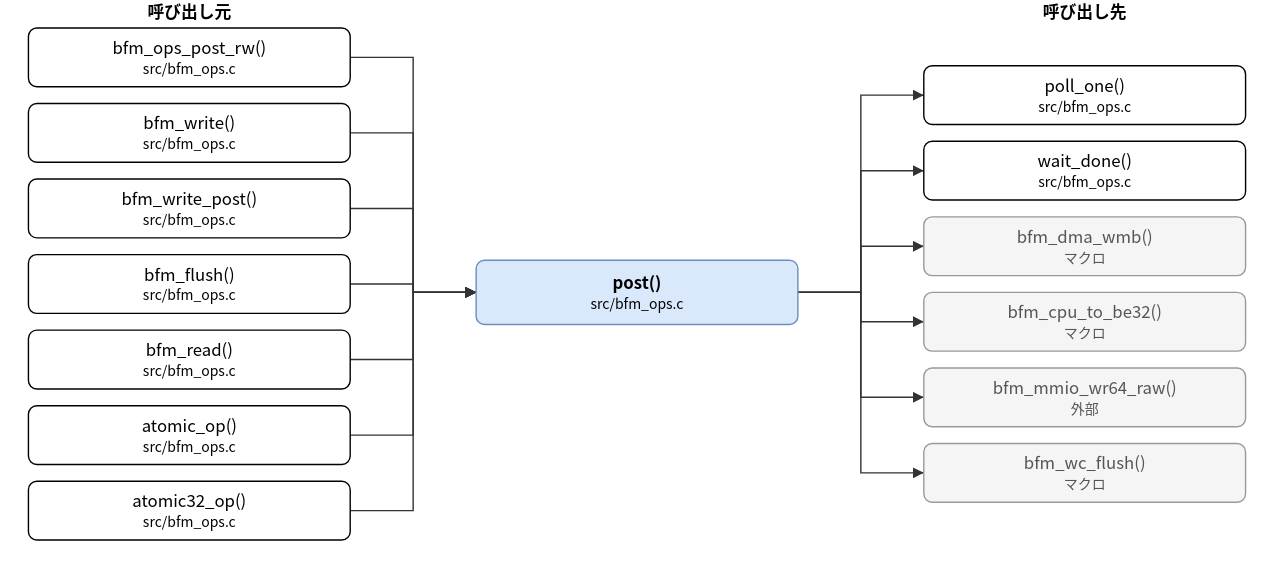
Above: doc/spec/images/call_src_bfm_ops-post.drawio.svg in hf355051012-ai/bfmem (draw.io), before the change. Source tidied: cells renumbered, new cells last; positions are measured from the earlier drawing's top-left corner, leaving out a move shared by most shapes.
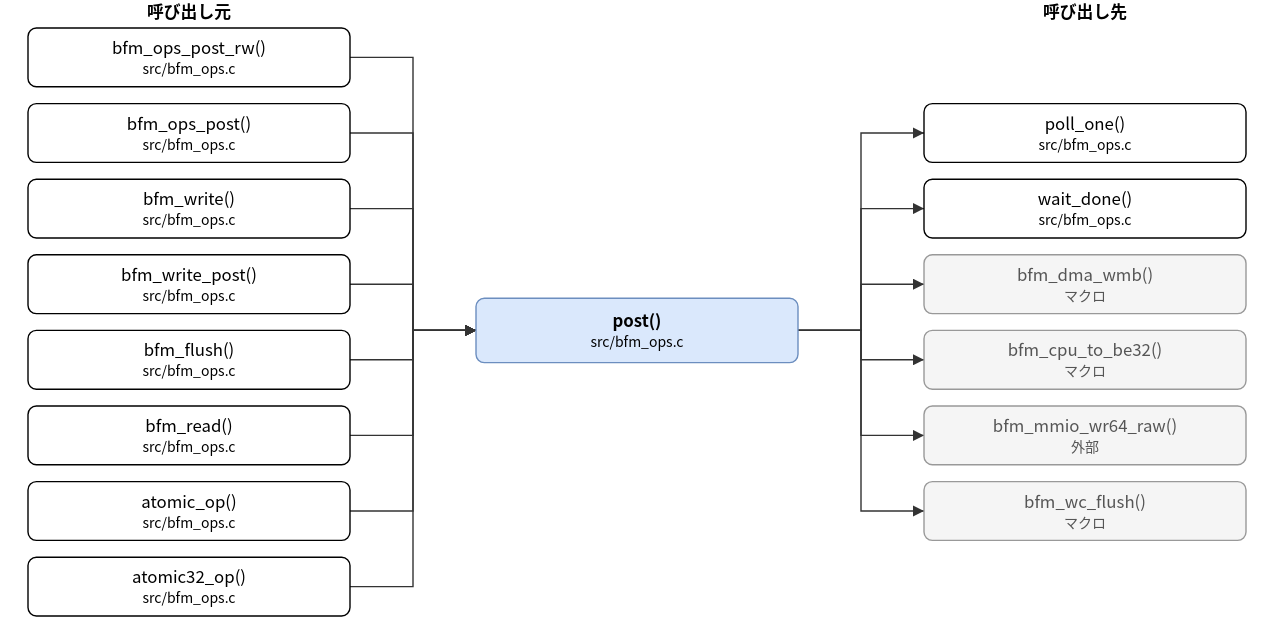
The same file after the commit.

The edit, as a diff of the source:
```diff
@@ -3,52 +3,55 @@
     <mxCell id="0" />
     <mxCell id="1" parent="0" />
     <mxCell id="2" value="post()&lt;br&gt;&lt;font style=&quot;font-size:10px&quot;&gt;src/bfm_ops.c&lt;/font&gt;" style="rounded=1;whiteSpace=wrap;html=1;fillColor=#dae8fc;strokeColor=#6c8ebf;fontStyle=1;" parent="1" vertex="1">
-      <mxGeometry x="320" y="186" width="230" height="46" as="geometry" />
+      <mxGeometry x="320" y="213" width="230" height="46" as="geometry" />
     </mxCell>
     <mxCell id="3" value="bfm_ops_post_rw()&lt;br&gt;&lt;font style=&quot;font-size:10px&quot;&gt;src/bfm_ops.c&lt;/font&gt;" style="rounded=1;whiteSpace=wrap;html=1;" parent="1" vertex="1">
       <mxGeometry y="20" width="230" height="42" as="geometry" />
     </mxCell>
-    <mxCell id="4" value="bfm_write()&lt;br&gt;&lt;font style=&quot;font-size:10px&quot;&gt;src/bfm_ops.c&lt;/font&gt;" style="rounded=1;whiteSpace=wrap;html=1;" parent="1" vertex="1">
+    <mxCell id="4" value="bfm_ops_post()&lt;br&gt;&lt;font style=&quot;font-size:10px&quot;&gt;src/bfm_ops.c&lt;/font&gt;" style="rounded=1;whiteSpace=wrap;html=1;" parent="1" vertex="1">
       <mxGeometry y="74" width="230" height="42" as="geometry" />
     </mxCell>
-    <mxCell id="5" value="bfm_write_post()&lt;br&gt;&lt;font style=&quot;font-size:10px&quot;&gt;src/bfm_ops.c&lt;/font&gt;" style="rounded=1;whiteSpace=wrap;html=1;" parent="1" vertex="1">
+    <mxCell id="5" value="bfm_write()&lt;br&gt;&lt;font style=&quot;font-size:10px&quot;&gt;src/bfm_ops.c&lt;/font&gt;" style="rounded=1;whiteSpace=wrap;html=1;" parent="1" vertex="1">
       <mxGeometry y="128" width="230" height="42" as="geometry" />
     </mxCell>
-    <mxCell id="6" value="bfm_flush()&lt;br&gt;&lt;font style=&quot;font-size:10px&quot;&gt;src/bfm_ops.c&lt;/font&gt;" style="rounded=1;whiteSpace=wrap;html=1;" parent="1" vertex="1">
+    <mxCell id="6" value="bfm_write_post()&lt;br&gt;&lt;font style=&quot;font-size:10px&quot;&gt;src/bfm_ops.c&lt;/font&gt;" style="rounded=1;whiteSpace=wrap;html=1;" parent="1" vertex="1">
       <mxGeometry y="182" width="230" height="42" as="geometry" />
     </mxCell>
-    <mxCell id="7" value="bfm_read()&lt;br&gt;&lt;font style=&quot;font-size:10px&quot;&gt;src/bfm_ops.c&lt;/font&gt;" style="rounded=1;whiteSpace=wrap;html=1;" parent="1" vertex="1">
+    <mxCell id="7" value="bfm_flush()&lt;br&gt;&lt;font style=&quot;font-size:10px&quot;&gt;src/bfm_ops.c&lt;/font&gt;" style="rounded=1;whiteSpace=wrap;html=1;" parent="1" vertex="1">
       <mxGeometry y="236" width="230" height="42" as="geometry" />
     </mxCell>
-    <mxCell id="8" value="atomic_op()&lt;br&gt;&lt;font style=&quot;font-size:10px&quot;&gt;src/bfm_ops.c&lt;/font&gt;" style="rounded=1;whiteSpace=wrap;html=1;" parent="1" vertex="1">
+    <mxCell id="8" value="bfm_read()&lt;br&gt;&lt;font style=&quot;font-size:10px&quot;&gt;src/bfm_ops.c&lt;/font&gt;" style="rounded=1;whiteSpace=wrap;html=1;" parent="1" vertex="1">
       <mxGeometry y="290" width="230" height="42" as="geometry" />
     </mxCell>
-    <mxCell id="9" value="atomic32_op()&lt;br&gt;&lt;font style=&quot;font-size:10px&quot;&gt;src/bfm_ops.c&lt;/font&gt;" style="rounded=1;whiteSpace=wrap;html=1;" parent="1" vertex="1">
+    <mxCell id="9" value="atomic_op()&lt;br&gt;&lt;font style=&quot;font-size:10px&quot;&gt;src/bfm_ops.c&lt;/font&gt;" style="rounded=1;whiteSpace=wrap;html=1;" parent="1" vertex="1">
       <mxGeometry y="344" width="230" height="42" as="geometry" />
     </mxCell>
+    <mxCell id="31" value="atomic32_op()&lt;br&gt;&lt;font style=&quot;font-size:10px&quot;&gt;src/bfm_ops.c&lt;/font&gt;" style="rounded=1;whiteSpace=wrap;html=1;" parent="1" vertex="1">
+      <mxGeometry y="398" width="230" height="42" as="geometry" />
+    </mxCell>
     <mxCell id="10" value="poll_one()&lt;br&gt;&lt;font style=&quot;font-size:10px&quot;&gt;src/bfm_ops.c&lt;/font&gt;" style="rounded=1;whiteSpace=wrap;html=1;" parent="1" vertex="1">
-      <mxGeometry x="640" y="47" width="230" height="42" as="geometry" />
+      <mxGeometry x="640" y="74" width="230" height="42" as="geometry" />
     </mxCell>
     <mxCell id="11" value="wait_done()&lt;br&gt;&lt;font style=&quot;font-size:10px&quot;&gt;src/bfm_ops.c&lt;/font&gt;" style="rounded=1;whiteSpace=wrap;html=1;" parent="1" vertex="1">
-      <mxGeometry x="640" y="101" width="230" height="42" as="geometry" />
+      <mxGeometry x="640" y="128" width="230" height="42" as="geometry" />
     </mxCell>
     <mxCell id="12" value="bfm_dma_wmb()&lt;br&gt;&lt;font style=&quot;font-size:10px&quot;&gt;マクロ&lt;/font&gt;" style="rounded=1;whiteSpace=wrap;html=1;fillColor=#f5f5f5;strokeColor=#999999;fontColor=#555555;" parent="1" vertex="1">
-      <mxGeometry x="640" y="155" width="230" height="42" as="geometry" />
+      <mxGeometry x="640" y="182" width="230" height="42" as="geometry" />
     </mxCell>
     <mxCell id="13" value="bfm_cpu_to_be32()&lt;br&gt;&lt;font style=&quot;font-size:10px&quot;&gt;マクロ&lt;/font&gt;" style="rounded=1;whiteSpace=wrap;html=1;fillColor=#f5f5f5;strokeColor=#999999;fontColor=#555555;" parent="1" vertex="1">
-      <mxGeometry x="640" y="209" width="230" height="42" as="geometry" />
+      <mxGeometry x="640" y="236" width="230" height="42" as="geometry" />
     </mxCell>
     <mxCell id="14" value="bfm_mmio_wr64_raw()&lt;br&gt;&lt;font style=&quot;font-size:10px&quot;&gt;外部&lt;/font&gt;" style="rounded=1;whiteSpace=wrap;html=1;fillColor=#f5f5f5;strokeColor=#999999;fontColor=#555555;" parent="1" vertex="1">
-      <mxGeometry x="640" y="263" width="230" height="42" as="geometry" />
+      <mxGeometry x="640" y="290" width="230" height="42" as="geometry" />
     </mxCell>
     <mxCell id="15" value="bfm_wc_flush()&lt;br&gt;&lt;font style=&quot;font-size:10px&quot;&gt;マクロ&lt;/font&gt;" style="rounded=1;whiteSpace=wrap;html=1;fillColor=#f5f5f5;strokeColor=#999999;fontColor=#555555;" parent="1" vertex="1">
-      <mxGeometry x="640" y="317" width="230" height="42" as="geometry" />
+      <mxGeometry x="640" y="344" width="230" height="42" as="geometry" />
     </mxCell>
     <mxCell id="16" style="edgeStyle=none;html=1;rounded=0;endArrow=block;endFill=1;exitX=1.0000;exitY=0.5000;exitDx=0;exitDy=0;exitPerimeter=0;entryX=0.0000;entryY=0.5000;entryDx=0;entryDy=0;entryPerimeter=0;" parent="1" edge="1" source="3" target="2">
       <mxGeometry relative="1" as="geometry">
         <Array as="points">
           <mxPoint x="275" y="41" />
-          <mxPoint x="275" y="209" />
+          <mxPoint x="275" y="236" />
         </Array>
       </mxGeometry>
     </mxCell>
@@ -56,7 +59,7 @@
       <mxGeometry relative="1" as="geometry">
         <Array as="points">
           <mxPoint x="275" y="95" />
-          <mxPoint x="275" y="209" />
+          <mxPoint x="275" y="236" />
         </Array>
       </mxGeometry>
     </mxCell>
@@ -64,7 +67,7 @@
       <mxGeometry relative="1" as="geometry">
         <Array as="points">
           <mxPoint x="275" y="149" />
-          <mxPoint x="275" y="209" />
+          <mxPoint x="275" y="236" />
         </Array>
       </mxGeometry>
     </mxCell>
@@ -72,7 +75,7 @@
       <mxGeometry relative="1" as="geometry">
         <Array as="points">
           <mxPoint x="275" y="203" />
-          <mxPoint x="275" y="209" />
+          <mxPoint x="275" y="236" />
         </Array>
       </mxGeometry>
     </mxCell>
@@ -80,7 +83,7 @@
       <mxGeometry relative="1" as="geometry">
         <Array as="points">
           <mxPoint x="275" y="257" />
-          <mxPoint x="275" y="209" />
+          <mxPoint x="275" y="236" />
         </Array>
       </mxGeometry>
     </mxCell>
@@ -88,7 +91,7 @@
       <mxGeometry relative="1" as="geometry">
         <Array as="points">
           <mxPoint x="275" y="311" />
-          <mxPoint x="275" y="209" />
+          <mxPoint x="275" y="236" />
         </Array>
       </mxGeometry>
     </mxCell>
@@ -96,58 +99,66 @@
       <mxGeometry relative="1" as="geometry">
         <Array as="points">
           <mxPoint x="275" y="365" />
-          <mxPoint x="275" y="209" />
+          <mxPoint x="275" y="236" />
         </Array>
       </mxGeometry>
     </mxCell>
-    <mxCell id="23" style="edgeStyle=none;html=1;rounded=0;endArrow=block;endFill=1;exitX=1.0000;exitY=0.5000;exitDx=0;exitDy=0;exitPerimeter=0;entryX=0.0000;entryY=0.5000;entryDx=0;entryDy=0;entryPerimeter=0;" parent="1" edge="1" source="2" target="10">
+    <mxCell id="23" style="edgeStyle=none;html=1;rounded=0;endArrow=block;endFill=1;exitX=1.0000;exitY=0.5000;exitDx=0;exitDy=0;exitPerimeter=0;entryX=0.0000;entryY=0.5000;entryDx=0;entryDy=0;entryPerimeter=0;" parent="1" edge="1" source="31" target="2">
       <mxGeometry relative="1" as="geometry">
         <Array as="points">
-          <mxPoint x="595" y="209" />
-          <mxPoint x="595" y="68" />
+          <mxPoint x="275" y="419" />
+          <mxPoint x="275" y="236" />
         </Array>
       </mxGeometry>
     </mxCell>
-    <mxCell id="24" style="edgeStyle=none;html=1;rounded=0;endArrow=block;endFill=1;exitX=1.0000;exitY=0.5000;exitDx=0;exitDy=0;exitPerimeter=0;entryX=0.0000;entryY=0.5000;entryDx=0;entryDy=0;entryPerimeter=0;" parent="1" edge="1" source="2" target="11">
+    <mxCell id="24" style="edgeStyle=none;html=1;rounded=0;endArrow=block;endFill=1;exitX=1.0000;exitY=0.5000;exitDx=0;exitDy=0;exitPerimeter=0;entryX=0.0000;entryY=0.5000;entryDx=0;entryDy=0;entryPerimeter=0;" parent="1" edge="1" source="2" target="10">
       <mxGeometry relative="1" as="geometry">
         <Array as="points">
-          <mxPoint x="595" y="209" />
-          <mxPoint x="595" y="122" />
+          <mxPoint x="595" y="236" />
+          <mxPoint x="595" y="95" />
         </Array>
       </mxGeometry>
     </mxCell>
-    <mxCell id="25" style="edgeStyle=none;html=1;rounded=0;endArrow=block;endFill=1;exitX=1.0000;exitY=0.5000;exitDx=0;exitDy=0;exitPerimeter=0;entryX=0.0000;entryY=0.5000;entryDx=0;entryDy=0;entryPerimeter=0;" parent="1" edge="1" source="2" target="12">
+    <mxCell id="25" style="edgeStyle=none;html=1;rounded=0;endArrow=block;endFill=1;exitX=1.0000;exitY=0.5000;exitDx=0;exitDy=0;exitPerimeter=0;entryX=0.0000;entryY=0.5000;entryDx=0;entryDy=0;entryPerimeter=0;" parent="1" edge="1" source="2" target="11">
       <mxGeometry relative="1" as="geometry">
         <Array as="points">
-          <mxPoint x="595" y="209" />
-          <mxPoint x="595" y="176" />
+          <mxPoint x="595" y="236" />
+          <mxPoint x="595" y="149" />
         </Array>
       </mxGeometry>
     </mxCell>
-    <mxCell id="26" style="edgeStyle=none;html=1;rounded=0;endArrow=block;endFill=1;exitX=1.0000;exitY=0.5000;exitDx=0;exitDy=0;exitPerimeter=0;entryX=0.0000;entryY=0.5000;entryDx=0;entryDy=0;entryPerimeter=0;" parent="1" edge="1" source="2" target="13">
+    <mxCell id="26" style="edgeStyle=none;html=1;rounded=0;endArrow=block;endFill=1;exitX=1.0000;exitY=0.5000;exitDx=0;exitDy=0;exitPerimeter=0;entryX=0.0000;entryY=0.5000;entryDx=0;entryDy=0;entryPerimeter=0;" parent="1" edge="1" source="2" target="12">
       <mxGeometry relative="1" as="geometry">
         <Array as="points">
-          <mxPoint x="595" y="209" />
-          <mxPoint x="595" y="230" />
+          <mxPoint x="595" y="236" />
+          <mxPoint x="595" y="203" />
         </Array>
       </mxGeometry>
     </mxCell>
-    <mxCell id="27" style="edgeStyle=none;html=1;rounded=0;endArrow=block;endFill=1;exitX=1.0000;exitY=0.5000;exitDx=0;exitDy=0;exitPerimeter=0;entryX=0.0000;entryY=0.5000;entryDx=0;entryDy=0;entryPerimeter=0;" parent="1" edge="1" source="2" target="14">
+    <mxCell id="27" style="edgeStyle=none;html=1;rounded=0;endArrow=block;endFill=1;exitX=1.0000;exitY=0.5000;exitDx=0;exitDy=0;exitPerimeter=0;entryX=0.0000;entryY=0.5000;entryDx=0;entryDy=0;entryPerimeter=0;" parent="1" edge="1" source="2" target="13">
       <mxGeometry relative="1" as="geometry">
         <Array as="points">
-          <mxPoint x="595" y="209" />
-          <mxPoint x="595" y="284" />
+          <mxPoint x="595" y="236" />
+          <mxPoint x="595" y="257" />
         </Array>
       </mxGeometry>
     </mxCell>
-    <mxCell id="28" style="edgeStyle=none;html=1;rounded=0;endArrow=block;endFill=1;exitX=1.0000;exitY=0.5000;exitDx=0;exitDy=0;exitPerimeter=0;entryX=0.0000;entryY=0.5000;entryDx=0;entryDy=0;entryPerimeter=0;" parent="1" edge="1" source="2" target="15">
+    <mxCell id="28" style="edgeStyle=none;html=1;rounded=0;endArrow=block;endFill=1;exitX=1.0000;exitY=0.5000;exitDx=0;exitDy=0;exitPerimeter=0;entryX=0.0000;entryY=0.5000;entryDx=0;entryDy=0;entryPerimeter=0;" parent="1" edge="1" source="2" target="14">
       <mxGeometry relative="1" as="geometry">
         <Array as="points">
-          <mxPoint x="595" y="209" />
-          <mxPoint x="595" y="338" />
+          <mxPoint x="595" y="236" />
+          <mxPoint x="595" y="311" />
         </Array>
       </mxGeometry>
     </mxCell>
+    <mxCell id="32" style="edgeStyle=none;html=1;rounded=0;endArrow=block;endFill=1;exitX=1.0000;exitY=0.5000;exitDx=0;exitDy=0;exitPerimeter=0;entryX=0.0000;entryY=0.5000;entryDx=0;entryDy=0;entryPerimeter=0;" parent="1" edge="1" source="2" target="15">
+      <mxGeometry relative="1" as="geometry">
+        <Array as="points">
+          <mxPoint x="595" y="236" />
+          <mxPoint x="595" y="365" />
+        </Array>
+      </mxGeometry>
+    </mxCell>
     <mxCell id="29" value="呼び出し元" style="text;html=1;align=center;fontStyle=1;" parent="1" vertex="1">
       <mxGeometry x="35" width="160" height="18" as="geometry" />
     </mxCell>
```
